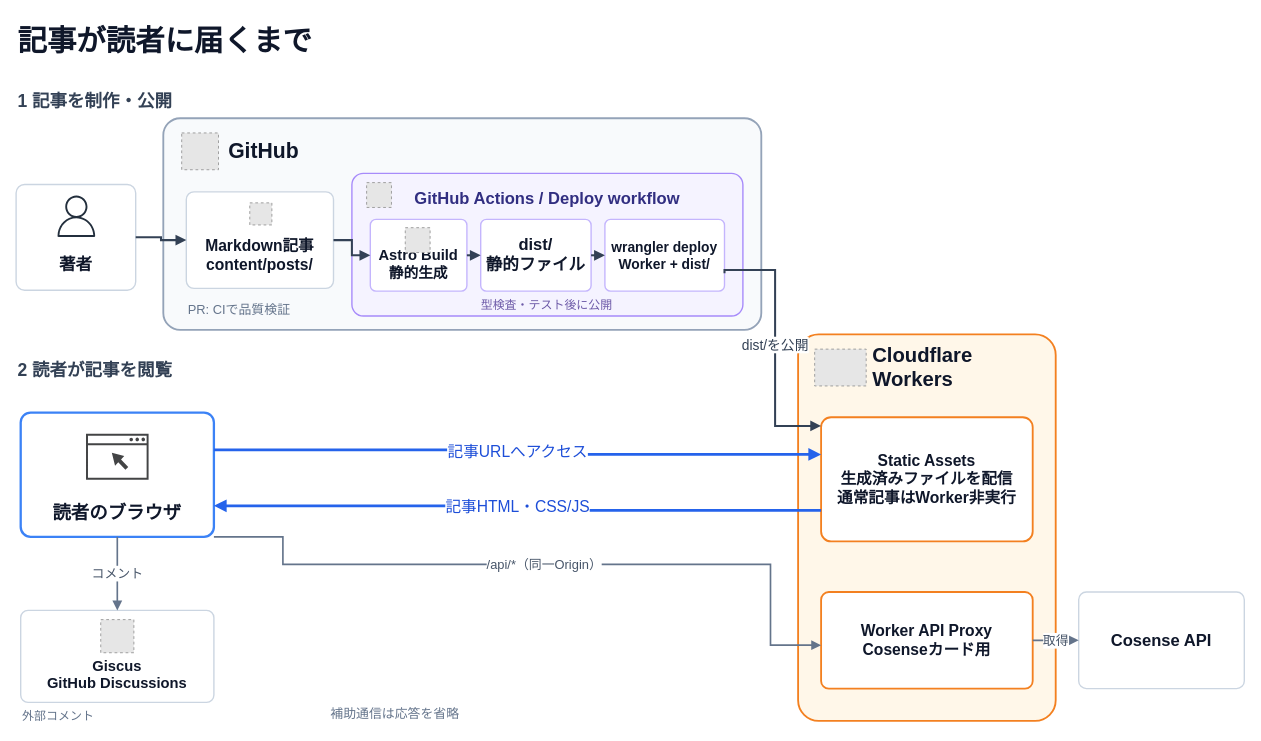
The draw.io diagram docs/architecture/blog-architecture.drawio in KJR020/kjr020-blog, before the edit. Source tidied: cells renumbered, new cells numbered last; positions are measured from the earlier drawing's top-left corner, leaving out a move shared by most shapes. Both pictures are drawn from the tidied source at 92%, with x=0, y=0 at pixel (16, 16). Pictures stored in the file or linked from it are replaced by grey dashed boxes.
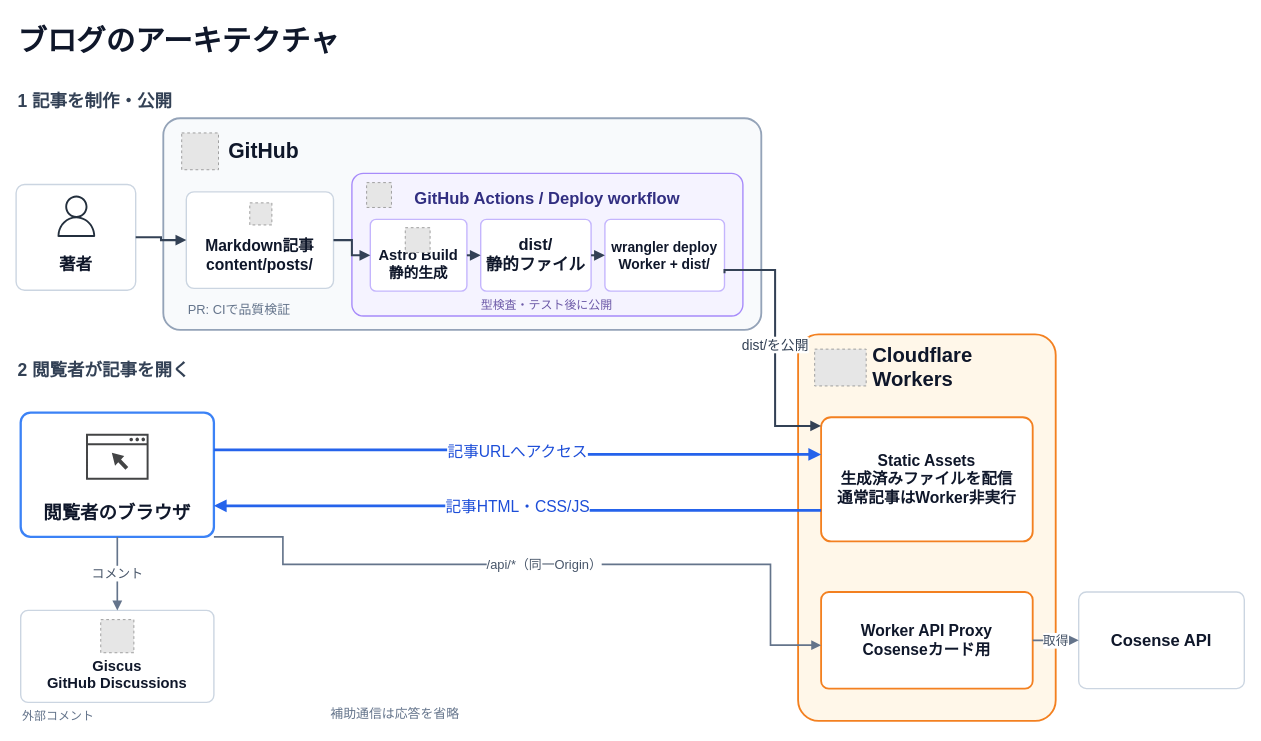
Above is the later version.

Commit message (it also covers changes not shown here):
✏️ 図の閲覧者表記とREADMEの説明を簡潔にする

Change to the diagram source:
```diff
@@
-    <mxCell id="2" value="記事が読者に届くまで" style="text;html=1;whiteSpace=wrap;fillColor=none;strokeColor=none;fontFamily=Arial;align=left;verticalAlign=middle;fontSize=32;fontColor=#0F172A;fontStyle=1;" parent="1" vertex="1">
+    <mxCell id="2" value="ブログのアーキテクチャ" style="text;html=1;whiteSpace=wrap;fillColor=none;strokeColor=none;fontFamily=Arial;align=left;verticalAlign=middle;fontSize=32;fontColor=#0F172A;fontStyle=1;" parent="1" vertex="1">
       <mxGeometry width="900" height="54" as="geometry" />
     </mxCell>
@@
-    <mxCell id="4" value="2  読者が記事を閲覧" style="text;html=1;whiteSpace=wrap;fillColor=none;strokeColor=none;fontFamily=Arial;align=left;verticalAlign=middle;fontSize=19;fontColor=#334155;fontStyle=1;" parent="1" vertex="1">
+    <mxCell id="4" value="2  閲覧者が記事を開く" style="text;html=1;whiteSpace=wrap;fillColor=none;strokeColor=none;fontFamily=Arial;align=left;verticalAlign=middle;fontSize=19;fontColor=#334155;fontStyle=1;" parent="1" vertex="1">
       <mxGeometry y="369" width="360" height="34" as="geometry" />
     </mxCell>
@@
-    <mxCell id="20" value="読者のブラウザ" style="rounded=1;arcSize=8;html=1;whiteSpace=wrap;fillColor=#FFFFFF;strokeWidth=1.5;fontFamily=Arial;fontColor=#0F172A;strokeColor=#3B82F6;strokeWidth=2.5;align=center;verticalAlign=bottom;spacingBottom=12;fontSize=20;fontStyle=1;" parent="1" vertex="1">
+    <mxCell id="20" value="閲覧者のブラウザ" style="rounded=1;arcSize=8;html=1;whiteSpace=wrap;fillColor=#FFFFFF;strokeWidth=1.5;fontFamily=Arial;fontColor=#0F172A;strokeColor=#3B82F6;strokeWidth=2.5;align=center;verticalAlign=bottom;spacingBottom=12;fontSize=20;fontStyle=1;" parent="1" vertex="1">
       <mxGeometry x="5" y="431" width="210" height="135" as="geometry" />
     </mxCell>
```
